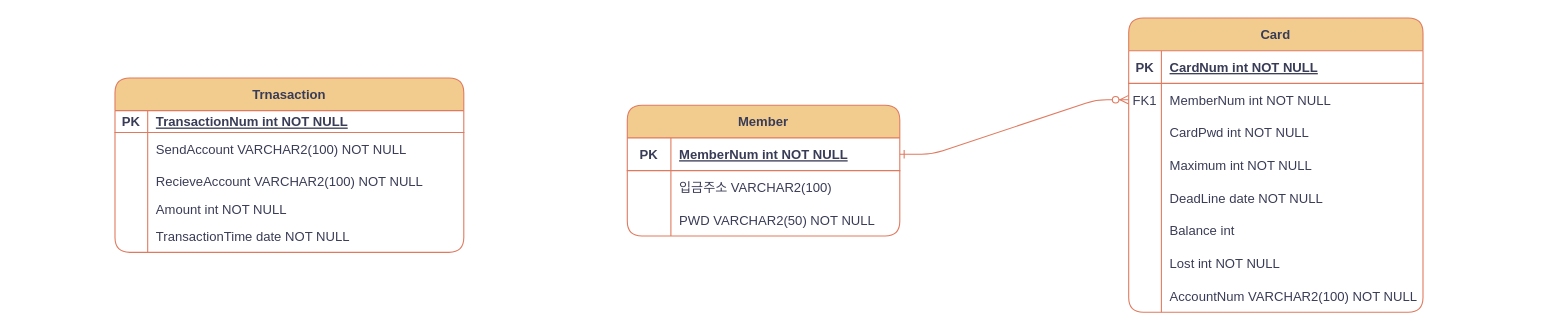
Above: 제목 없는 다이어그램.drawio in jooooooowon/sinhan (draw.io), before the change. Source tidied: cells renumbered, new cells numbered last; positions are measured from the earlier drawing's top-left corner, leaving out a move shared by most shapes. Both pictures are drawn from the tidied source at 109%, with x=0, y=0 at pixel (114, 17).
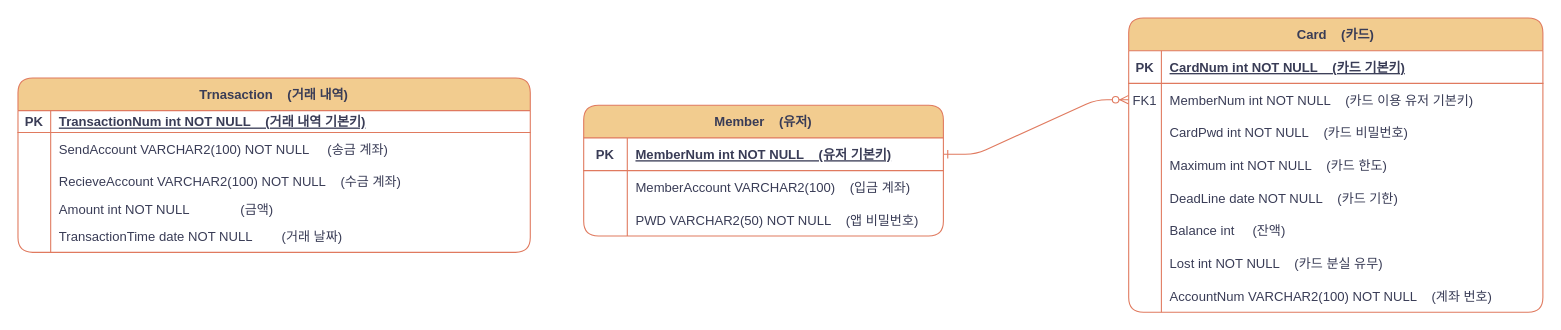
The same diagram, later.

Commit message:
신한은행 해커톤 초안

The edit, as a diff of the source:
```diff
@@
-    <mxCell id="3" value="Card" style="shape=table;startSize=30;childLayout=tableLayout;rowLines=0;fontStyle=1;align=center;labelBackgroundColor=none;fillColor=#F2CC8F;strokeColor=#E07A5F;fontColor=#393C56;rounded=1;" parent="1" vertex="1">
-      <mxGeometry x="930" width="270" height="270" as="geometry" />
+    <mxCell id="3" value="Card    (카드)" style="shape=table;startSize=30;childLayout=tableLayout;rowLines=0;fontStyle=1;align=center;labelBackgroundColor=none;fillColor=#F2CC8F;strokeColor=#E07A5F;fontColor=#393C56;rounded=1;" parent="1" vertex="1">
+      <mxGeometry x="930" width="380" height="270" as="geometry" />
     </mxCell>
     <mxCell id="4" style="shape=partialRectangle;fillColor=none;top=0;left=0;right=0;bottom=1;labelBackgroundColor=none;strokeColor=#E07A5F;fontColor=#393C56;rounded=1;" parent="3" vertex="1">
-      <mxGeometry y="30" width="270" height="30" as="geometry" />
+      <mxGeometry y="30" width="380" height="30" as="geometry" />
     </mxCell>
@@
-    <mxCell id="6" value="CardNum int NOT NULL" style="shape=partialRectangle;overflow=hidden;fillColor=none;top=0;left=0;bottom=0;right=0;align=left;spacingLeft=6;fontStyle=5;labelBackgroundColor=none;strokeColor=#E07A5F;fontColor=#393C56;rounded=1;" parent="4" vertex="1">
-      <mxGeometry x="30" width="240" height="30" as="geometry" />
+    <mxCell id="6" value="CardNum int NOT NULL    (카드 기본키)" style="shape=partialRectangle;overflow=hidden;fillColor=none;top=0;left=0;bottom=0;right=0;align=left;spacingLeft=6;fontStyle=5;labelBackgroundColor=none;strokeColor=#E07A5F;fontColor=#393C56;rounded=1;" parent="4" vertex="1">
+      <mxGeometry x="30" width="350" height="30" as="geometry" />
     </mxCell>
     <mxCell id="7" style="shape=partialRectangle;fillColor=none;points=[[0,0.5],[1,0.5]];portConstraint=eastwest;top=0;left=0;right=0;bottom=0;labelBackgroundColor=none;strokeColor=#E07A5F;fontColor=#393C56;rounded=1;" parent="3" vertex="1">
-      <mxGeometry y="60" width="270" height="30" as="geometry" />
+      <mxGeometry y="60" width="380" height="30" as="geometry" />
     </mxCell>
@@
-    <mxCell id="9" value="MemberNum int NOT NULL" style="shape=partialRectangle;overflow=hidden;fillColor=none;top=0;left=0;bottom=0;right=0;align=left;spacingLeft=6;labelBackgroundColor=none;strokeColor=#E07A5F;fontColor=#393C56;rounded=1;" parent="7" vertex="1">
-      <mxGeometry x="30" width="240" height="30" as="geometry" />
+    <mxCell id="9" value="MemberNum int NOT NULL    (카드 이용 유저 기본키)" style="shape=partialRectangle;overflow=hidden;fillColor=none;top=0;left=0;bottom=0;right=0;align=left;spacingLeft=6;labelBackgroundColor=none;strokeColor=#E07A5F;fontColor=#393C56;rounded=1;" parent="7" vertex="1">
+      <mxGeometry x="30" width="350" height="30" as="geometry" />
     </mxCell>
     <mxCell id="10" style="shape=partialRectangle;fillColor=none;top=0;left=0;right=0;bottom=0;labelBackgroundColor=none;strokeColor=#E07A5F;fontColor=#393C56;rounded=1;" parent="3" vertex="1">
-      <mxGeometry y="90" width="270" height="30" as="geometry" />
+      <mxGeometry y="90" width="380" height="30" as="geometry" />
     </mxCell>
@@
-    <mxCell id="12" value="CardPwd int NOT NULL" style="shape=partialRectangle;overflow=hidden;fillColor=none;top=0;left=0;bottom=0;right=0;align=left;spacingLeft=6;labelBackgroundColor=none;strokeColor=#E07A5F;fontColor=#393C56;rounded=1;" parent="10" vertex="1">
-      <mxGeometry x="30" width="240" height="30" as="geometry" />
+    <mxCell id="12" value="CardPwd int NOT NULL    (카드 비밀번호)" style="shape=partialRectangle;overflow=hidden;fillColor=none;top=0;left=0;bottom=0;right=0;align=left;spacingLeft=6;labelBackgroundColor=none;strokeColor=#E07A5F;fontColor=#393C56;rounded=1;" parent="10" vertex="1">
+      <mxGeometry x="30" width="350" height="30" as="geometry" />
     </mxCell>
     <mxCell id="13" style="shape=tableRow;horizontal=0;startSize=0;swimlaneHead=0;swimlaneBody=0;fillColor=none;top=0;left=0;right=0;bottom=0;labelBackgroundColor=none;strokeColor=#E07A5F;fontColor=#393C56;rounded=1;" parent="3" vertex="1">
-      <mxGeometry y="120" width="270" height="30" as="geometry" />
+      <mxGeometry y="120" width="380" height="30" as="geometry" />
     </mxCell>
@@
-    <mxCell id="15" value="Maximum int NOT NULL" style="shape=partialRectangle;fillColor=none;top=0;left=0;bottom=0;right=0;align=left;spacingLeft=6;overflow=hidden;labelBackgroundColor=none;strokeColor=#E07A5F;fontColor=#393C56;rounded=1;" parent="13" vertex="1">
-      <mxGeometry x="30" width="240" height="30" as="geometry" />
+    <mxCell id="15" value="Maximum int NOT NULL    (카드 한도)" style="shape=partialRectangle;fillColor=none;top=0;left=0;bottom=0;right=0;align=left;spacingLeft=6;overflow=hidden;labelBackgroundColor=none;strokeColor=#E07A5F;fontColor=#393C56;rounded=1;" parent="13" vertex="1">
+      <mxGeometry x="30" width="350" height="30" as="geometry" />
     </mxCell>
     <mxCell id="16" style="shape=tableRow;horizontal=0;startSize=0;swimlaneHead=0;swimlaneBody=0;fillColor=none;top=0;left=0;right=0;bottom=0;labelBackgroundColor=none;strokeColor=#E07A5F;fontColor=#393C56;rounded=1;" parent="3" vertex="1">
-      <mxGeometry y="150" width="270" height="30" as="geometry" />
+      <mxGeometry y="150" width="380" height="30" as="geometry" />
     </mxCell>
@@
-    <mxCell id="18" value="DeadLine date NOT NULL" style="shape=partialRectangle;fillColor=none;top=0;left=0;bottom=0;right=0;align=left;spacingLeft=6;overflow=hidden;labelBackgroundColor=none;strokeColor=#E07A5F;fontColor=#393C56;rounded=1;" parent="16" vertex="1">
-      <mxGeometry x="30" width="240" height="30" as="geometry" />
+    <mxCell id="18" value="DeadLine date NOT NULL    (카드 기한)" style="shape=partialRectangle;fillColor=none;top=0;left=0;bottom=0;right=0;align=left;spacingLeft=6;overflow=hidden;labelBackgroundColor=none;strokeColor=#E07A5F;fontColor=#393C56;rounded=1;" parent="16" vertex="1">
+      <mxGeometry x="30" width="350" height="30" as="geometry" />
     </mxCell>
     <mxCell id="19" style="shape=tableRow;horizontal=0;startSize=0;swimlaneHead=0;swimlaneBody=0;fillColor=none;top=0;left=0;right=0;bottom=0;labelBackgroundColor=none;strokeColor=#E07A5F;fontColor=#393C56;rounded=1;" parent="3" vertex="1">
-      <mxGeometry y="180" width="270" height="30" as="geometry" />
+      <mxGeometry y="180" width="380" height="30" as="geometry" />
     </mxCell>
@@
-    <mxCell id="21" value="Balance int " style="shape=partialRectangle;fillColor=none;top=0;left=0;bottom=0;right=0;align=left;spacingLeft=6;overflow=hidden;labelBackgroundColor=none;strokeColor=#E07A5F;fontColor=#393C56;rounded=1;" parent="19" vertex="1">
-      <mxGeometry x="30" width="240" height="30" as="geometry" />
+    <mxCell id="21" value="Balance int     (잔액)" style="shape=partialRectangle;fillColor=none;top=0;left=0;bottom=0;right=0;align=left;spacingLeft=6;overflow=hidden;labelBackgroundColor=none;strokeColor=#E07A5F;fontColor=#393C56;rounded=1;" parent="19" vertex="1">
+      <mxGeometry x="30" width="350" height="30" as="geometry" />
     </mxCell>
     <mxCell id="22" style="shape=tableRow;horizontal=0;startSize=0;swimlaneHead=0;swimlaneBody=0;fillColor=none;top=0;left=0;right=0;bottom=0;labelBackgroundColor=none;strokeColor=#E07A5F;fontColor=#393C56;rounded=1;" parent="3" vertex="1">
-      <mxGeometry y="210" width="270" height="30" as="geometry" />
+      <mxGeometry y="210" width="380" height="30" as="geometry" />
     </mxCell>
@@
-    <mxCell id="24" value="Lost int NOT NULL" style="shape=partialRectangle;fillColor=none;top=0;left=0;bottom=0;right=0;align=left;spacingLeft=6;overflow=hidden;labelBackgroundColor=none;strokeColor=#E07A5F;fontColor=#393C56;rounded=1;" parent="22" vertex="1">
-      <mxGeometry x="30" width="240" height="30" as="geometry" />
+    <mxCell id="24" value="Lost int NOT NULL    (카드 분실 유무)" style="shape=partialRectangle;fillColor=none;top=0;left=0;bottom=0;right=0;align=left;spacingLeft=6;overflow=hidden;labelBackgroundColor=none;strokeColor=#E07A5F;fontColor=#393C56;rounded=1;" parent="22" vertex="1">
+      <mxGeometry x="30" width="350" height="30" as="geometry" />
     </mxCell>
     <mxCell id="25" style="shape=tableRow;horizontal=0;startSize=0;swimlaneHead=0;swimlaneBody=0;fillColor=none;top=0;left=0;right=0;bottom=0;labelBackgroundColor=none;strokeColor=#E07A5F;fontColor=#393C56;rounded=1;" parent="3" vertex="1">
-      <mxGeometry y="240" width="270" height="30" as="geometry" />
+      <mxGeometry y="240" width="380" height="30" as="geometry" />
     </mxCell>
@@
-    <mxCell id="27" value="AccountNum VARCHAR2(100) NOT NULL" style="shape=partialRectangle;fillColor=none;top=0;left=0;bottom=0;right=0;align=left;spacingLeft=6;overflow=hidden;labelBackgroundColor=none;strokeColor=#E07A5F;fontColor=#393C56;rounded=1;" parent="25" vertex="1">
-      <mxGeometry x="30" width="240" height="30" as="geometry" />
+    <mxCell id="27" value="AccountNum VARCHAR2(100) NOT NULL    (계좌 번호)" style="shape=partialRectangle;fillColor=none;top=0;left=0;bottom=0;right=0;align=left;spacingLeft=6;overflow=hidden;labelBackgroundColor=none;strokeColor=#E07A5F;fontColor=#393C56;rounded=1;" parent="25" vertex="1">
+      <mxGeometry x="30" width="350" height="30" as="geometry" />
     </mxCell>
-    <mxCell id="28" value="Trnasaction" style="shape=table;startSize=30;childLayout=tableLayout;rowLines=0;fontStyle=1;align=center;labelBackgroundColor=none;fillColor=#F2CC8F;strokeColor=#E07A5F;fontColor=#393C56;rounded=1;" parent="1" vertex="1">
-      <mxGeometry y="55" width="320" height="160" as="geometry" />
+    <mxCell id="28" value="Trnasaction    (거래 내역)" style="shape=table;startSize=30;childLayout=tableLayout;rowLines=0;fontStyle=1;align=center;labelBackgroundColor=none;fillColor=#F2CC8F;strokeColor=#E07A5F;fontColor=#393C56;rounded=1;" parent="1" vertex="1">
+      <mxGeometry x="-89" y="55" width="470" height="160" as="geometry" />
     </mxCell>
     <mxCell id="29" style="shape=partialRectangle;fillColor=none;top=0;left=0;right=0;bottom=1;labelBackgroundColor=none;strokeColor=#E07A5F;fontColor=#393C56;rounded=1;" parent="28" vertex="1">
-      <mxGeometry y="30" width="320" height="20" as="geometry" />
+      <mxGeometry y="30" width="470" height="20" as="geometry" />
     </mxCell>
@@
-    <mxCell id="31" value="TransactionNum int NOT NULL" style="shape=partialRectangle;overflow=hidden;fillColor=none;top=0;left=0;bottom=0;right=0;align=left;spacingLeft=6;fontStyle=5;labelBackgroundColor=none;strokeColor=#E07A5F;fontColor=#393C56;rounded=1;" parent="29" vertex="1">
-      <mxGeometry x="30" width="290" height="20" as="geometry" />
+    <mxCell id="31" value="TransactionNum int NOT NULL    (거래 내역 기본키)" style="shape=partialRectangle;overflow=hidden;fillColor=none;top=0;left=0;bottom=0;right=0;align=left;spacingLeft=6;fontStyle=5;labelBackgroundColor=none;strokeColor=#E07A5F;fontColor=#393C56;rounded=1;" parent="29" vertex="1">
+      <mxGeometry x="30" width="440" height="20" as="geometry" />
     </mxCell>
     <mxCell id="32" style="shape=partialRectangle;fillColor=none;top=0;left=0;right=0;bottom=0;labelBackgroundColor=none;strokeColor=#E07A5F;fontColor=#393C56;rounded=1;" parent="28" vertex="1">
-      <mxGeometry y="50" width="320" height="30" as="geometry" />
+      <mxGeometry y="50" width="470" height="30" as="geometry" />
     </mxCell>
@@
-    <mxCell id="34" value="SendAccount VARCHAR2(100) NOT NULL" style="shape=partialRectangle;overflow=hidden;fillColor=none;top=0;left=0;bottom=0;right=0;align=left;spacingLeft=6;labelBackgroundColor=none;strokeColor=#E07A5F;fontColor=#393C56;rounded=1;" parent="32" vertex="1">
-      <mxGeometry x="30" width="290" height="30" as="geometry" />
+    <mxCell id="34" value="SendAccount VARCHAR2(100) NOT NULL        (송금 계좌)" style="shape=partialRectangle;overflow=hidden;fillColor=none;top=0;left=0;bottom=0;right=0;align=left;spacingLeft=6;labelBackgroundColor=none;strokeColor=#E07A5F;fontColor=#393C56;rounded=1;" parent="32" vertex="1">
+      <mxGeometry x="30" width="440" height="30" as="geometry" />
     </mxCell>
     <mxCell id="35" style="shape=partialRectangle;fillColor=none;top=0;left=0;right=0;bottom=0;labelBackgroundColor=none;strokeColor=#E07A5F;fontColor=#393C56;rounded=1;" parent="28" vertex="1">
-      <mxGeometry y="80" width="320" height="30" as="geometry" />
+      <mxGeometry y="80" width="470" height="30" as="geometry" />
     </mxCell>
@@
-    <mxCell id="37" value="RecieveAccount VARCHAR2(100) NOT NULL" style="shape=partialRectangle;overflow=hidden;fillColor=none;top=0;left=0;bottom=0;right=0;align=left;spacingLeft=6;labelBackgroundColor=none;strokeColor=#E07A5F;fontColor=#393C56;rounded=1;" parent="35" vertex="1">
-      <mxGeometry x="30" width="290" height="30" as="geometry" />
+    <mxCell id="37" value="RecieveAccount VARCHAR2(100) NOT NULL    (수금 계좌)" style="shape=partialRectangle;overflow=hidden;fillColor=none;top=0;left=0;bottom=0;right=0;align=left;spacingLeft=6;labelBackgroundColor=none;strokeColor=#E07A5F;fontColor=#393C56;rounded=1;" parent="35" vertex="1">
+      <mxGeometry x="30" width="440" height="30" as="geometry" />
     </mxCell>
     <mxCell id="38" style="shape=tableRow;horizontal=0;startSize=0;swimlaneHead=0;swimlaneBody=0;fillColor=none;top=0;left=0;right=0;bottom=0;labelBackgroundColor=none;strokeColor=#E07A5F;fontColor=#393C56;rounded=1;" parent="28" vertex="1">
-      <mxGeometry y="110" width="320" height="20" as="geometry" />
+      <mxGeometry y="110" width="470" height="20" as="geometry" />
     </mxCell>
@@
-    <mxCell id="40" value="Amount int NOT NULL" style="shape=partialRectangle;fillColor=none;top=0;left=0;bottom=0;right=0;align=left;spacingLeft=6;overflow=hidden;labelBackgroundColor=none;strokeColor=#E07A5F;fontColor=#393C56;rounded=1;" parent="38" vertex="1">
-      <mxGeometry x="30" width="290" height="20" as="geometry" />
+    <mxCell id="40" value="Amount int NOT NULL              (금액)" style="shape=partialRectangle;fillColor=none;top=0;left=0;bottom=0;right=0;align=left;spacingLeft=6;overflow=hidden;labelBackgroundColor=none;strokeColor=#E07A5F;fontColor=#393C56;rounded=1;" parent="38" vertex="1">
+      <mxGeometry x="30" width="440" height="20" as="geometry" />
     </mxCell>
     <mxCell id="41" style="shape=tableRow;horizontal=0;startSize=0;swimlaneHead=0;swimlaneBody=0;fillColor=none;top=0;left=0;right=0;bottom=0;labelBackgroundColor=none;strokeColor=#E07A5F;fontColor=#393C56;rounded=1;" parent="28" vertex="1">
-      <mxGeometry y="130" width="320" height="30" as="geometry" />
+      <mxGeometry y="130" width="470" height="30" as="geometry" />
     </mxCell>
@@
-    <mxCell id="43" value="TransactionTime date NOT NULL" style="shape=partialRectangle;fillColor=none;top=0;left=0;bottom=0;right=0;align=left;spacingLeft=6;overflow=hidden;labelBackgroundColor=none;strokeColor=#E07A5F;fontColor=#393C56;rounded=1;" parent="41" vertex="1">
-      <mxGeometry x="30" width="290" height="30" as="geometry" />
+    <mxCell id="43" value="TransactionTime date NOT NULL        (거래 날짜)" style="shape=partialRectangle;fillColor=none;top=0;left=0;bottom=0;right=0;align=left;spacingLeft=6;overflow=hidden;labelBackgroundColor=none;strokeColor=#E07A5F;fontColor=#393C56;rounded=1;" parent="41" vertex="1">
+      <mxGeometry x="30" width="440" height="30" as="geometry" />
     </mxCell>
-    <mxCell id="44" value="Member" style="shape=table;startSize=30;childLayout=tableLayout;rowLines=0;fontStyle=1;align=center;labelBackgroundColor=none;fillColor=#F2CC8F;strokeColor=#E07A5F;fontColor=#393C56;rounded=1;" parent="1" vertex="1">
-      <mxGeometry x="470" y="80" width="250" height="120" as="geometry" />
+    <mxCell id="44" value="Member    (유저)" style="shape=table;startSize=30;childLayout=tableLayout;rowLines=0;fontStyle=1;align=center;labelBackgroundColor=none;fillColor=#F2CC8F;strokeColor=#E07A5F;fontColor=#393C56;rounded=1;" parent="1" vertex="1">
+      <mxGeometry x="430" y="80" width="330" height="120" as="geometry" />
     </mxCell>
     <mxCell id="45" style="shape=partialRectangle;fillColor=none;points=[[0,0.5],[1,0.5]];portConstraint=eastwest;top=0;left=0;right=0;bottom=1;labelBackgroundColor=none;strokeColor=#E07A5F;fontColor=#393C56;rounded=1;" parent="44" vertex="1">
-      <mxGeometry y="30" width="250" height="30" as="geometry" />
+      <mxGeometry y="30" width="330" height="30" as="geometry" />
     </mxCell>
@@
-    <mxCell id="47" value="MemberNum int NOT NULL" style="shape=partialRectangle;overflow=hidden;fillColor=none;top=0;left=0;bottom=0;right=0;align=left;spacingLeft=6;fontStyle=5;fontColor=#393C56;labelBackgroundColor=none;strokeColor=#E07A5F;rounded=1;" parent="45" vertex="1">
-      <mxGeometry x="40" width="210" height="30" as="geometry" />
+    <mxCell id="47" value="MemberNum int NOT NULL    (유저 기본키)" style="shape=partialRectangle;overflow=hidden;fillColor=none;top=0;left=0;bottom=0;right=0;align=left;spacingLeft=6;fontStyle=5;fontColor=#393C56;labelBackgroundColor=none;strokeColor=#E07A5F;rounded=1;" parent="45" vertex="1">
+      <mxGeometry x="40" width="290" height="30" as="geometry" />
     </mxCell>
     <mxCell id="48" style="shape=tableRow;horizontal=0;startSize=0;swimlaneHead=0;swimlaneBody=0;fillColor=none;top=0;left=0;right=0;bottom=0;labelBackgroundColor=none;strokeColor=#E07A5F;fontColor=#393C56;rounded=1;" parent="44" vertex="1">
-      <mxGeometry y="60" width="250" height="30" as="geometry" />
+      <mxGeometry y="60" width="330" height="30" as="geometry" />
     </mxCell>
@@
-    <mxCell id="50" value="입금주소 VARCHAR2(100)" style="shape=partialRectangle;fillColor=none;top=0;left=0;bottom=0;right=0;align=left;spacingLeft=6;overflow=hidden;labelBackgroundColor=none;strokeColor=#E07A5F;fontColor=#393C56;rounded=1;" parent="48" vertex="1">
-      <mxGeometry x="40" width="210" height="30" as="geometry" />
+    <mxCell id="50" value="MemberAccount VARCHAR2(100)    (입금 계좌)" style="shape=partialRectangle;fillColor=none;top=0;left=0;bottom=0;right=0;align=left;spacingLeft=6;overflow=hidden;labelBackgroundColor=none;strokeColor=#E07A5F;fontColor=#393C56;rounded=1;" parent="48" vertex="1">
+      <mxGeometry x="40" width="290" height="30" as="geometry" />
     </mxCell>
     <mxCell id="51" style="shape=partialRectangle;fillColor=none;top=0;left=0;right=0;bottom=0;labelBackgroundColor=none;strokeColor=#E07A5F;fontColor=#393C56;rounded=1;" parent="44" vertex="1">
-      <mxGeometry y="90" width="250" height="30" as="geometry" />
+      <mxGeometry y="90" width="330" height="30" as="geometry" />
     </mxCell>
@@
-    <mxCell id="53" value="PWD VARCHAR2(50) NOT NULL" style="shape=partialRectangle;overflow=hidden;fillColor=none;top=0;left=0;bottom=0;right=0;align=left;spacingLeft=6;labelBackgroundColor=none;strokeColor=#E07A5F;fontColor=#393C56;rounded=1;" parent="51" vertex="1">
-      <mxGeometry x="40" width="210" height="30" as="geometry" />
+    <mxCell id="53" value="PWD VARCHAR2(50) NOT NULL    (앱 비밀번호)" style="shape=partialRectangle;overflow=hidden;fillColor=none;top=0;left=0;bottom=0;right=0;align=left;spacingLeft=6;labelBackgroundColor=none;strokeColor=#E07A5F;fontColor=#393C56;rounded=1;" parent="51" vertex="1">
+      <mxGeometry x="40" width="290" height="30" as="geometry" />
     </mxCell>
```
